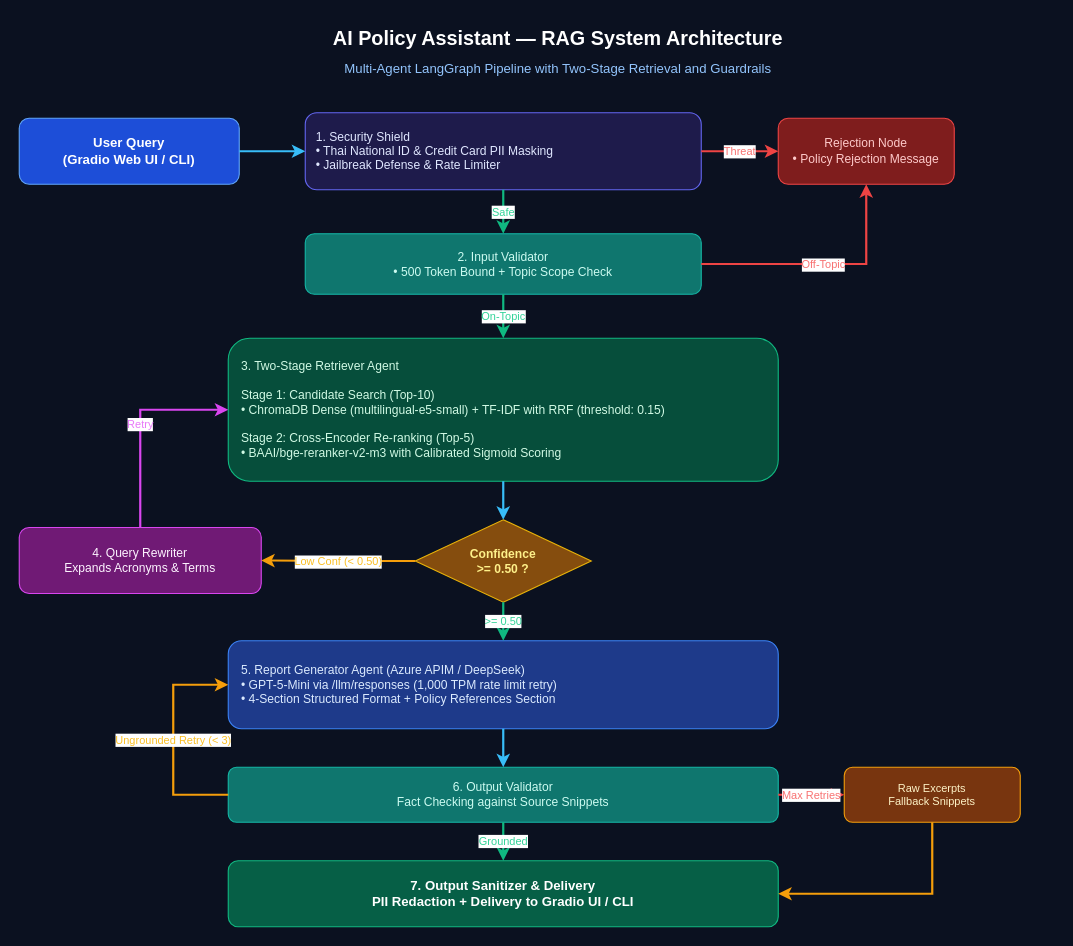
Above: architecture_flowchart.drawio in Name-RT/AI_engineer_Test_BBL (draw.io), before the change. Source tidied: cells renumbered, new cells numbered last; positions are measured from the earlier drawing's top-left corner, leaving out a move shared by most shapes. Both pictures are drawn from the tidied source at 110%, with x=0, y=0 at pixel (19, 19).
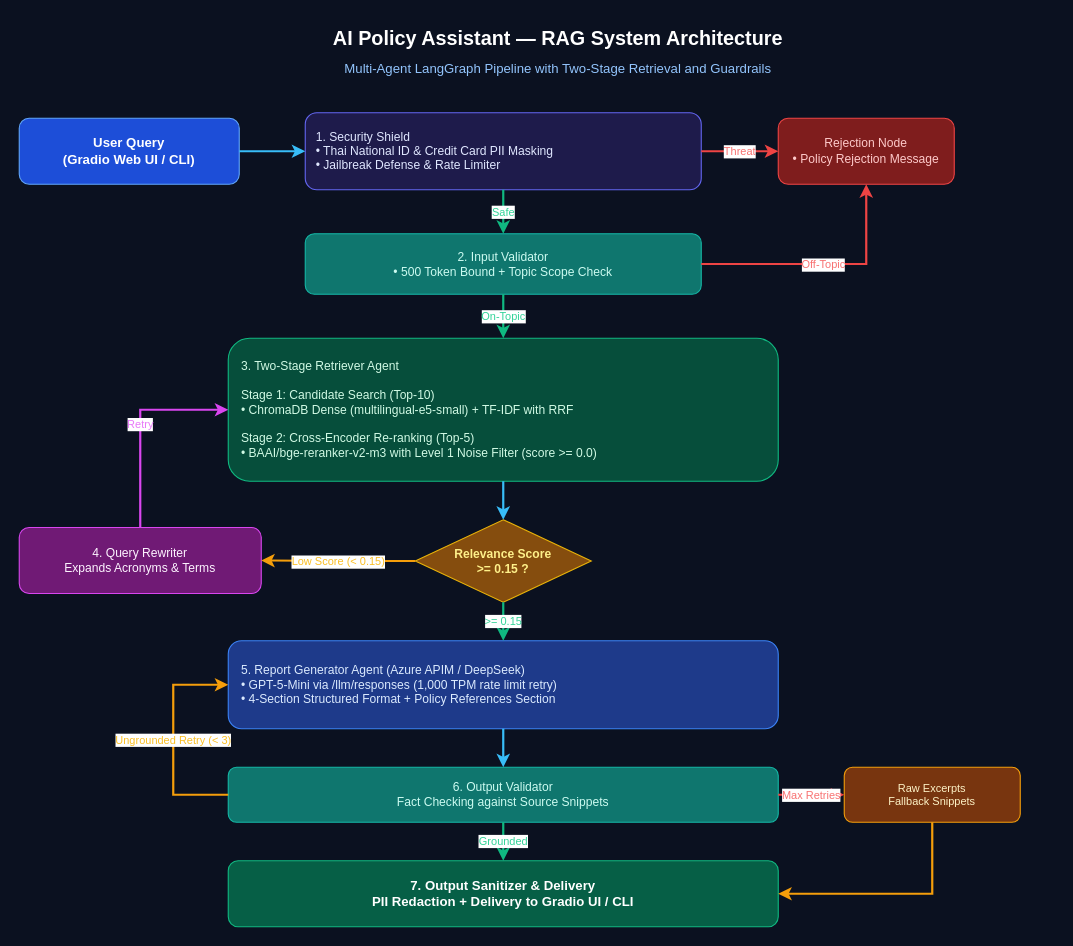
The same page after the edit.

Commit message (it also covers changes not shown here):
docs: update flowchart SVG, Draw.io diagram, and README with 0.15 threshold and Mermaid diagram

The change refers to these unchanged cells:
```xml
<mxCell id="10" value="4. Query Rewriter&#10;Expands Acronyms &amp; Terms" style="rounded=1;whiteSpace=wrap;html=1;fillColor=#701A75;strokeColor=#D946EF;fontColor=#FDF4FF;fontSize=11;" parent="1" vertex="1">
  <mxGeometry y="462" width="220" height="60" as="geometry" />
</mxCell>
<mxCell id="11" value="5. Report Generator Agent (Azure APIM / DeepSeek)&#10;• GPT-5-Mini via /llm/responses (1,000 TPM rate limit retry)&#10;• 4-Section Structured Format + Policy References Section" style="rounded=1;whiteSpace=wrap;html=1;fillColor=#1E3A8A;strokeColor=#3B82F6;fontColor=#DBEAFE;fontSize=11;align=left;spacingLeft=10;" parent="1" vertex="1">
  <mxGeometry x="190" y="565" width="500" height="80" as="geometry" />
</mxCell>
```

The edit, as a diff of the source:
```diff
@@
-    <mxCell id="8" value="3. Two-Stage Retriever Agent&#10;&#10;Stage 1: Candidate Search (Top-10)&#10;   • ChromaDB Dense (multilingual-e5-small) + TF-IDF with RRF (threshold: 0.15)&#10;&#10;Stage 2: Cross-Encoder Re-ranking (Top-5)&#10;   • BAAI/bge-reranker-v2-m3 with Calibrated Sigmoid Scoring" style="rounded=1;whiteSpace=wrap;html=1;fillColor=#064E3B;strokeColor=#10B981;fontColor=#D1FAE5;fontSize=11;align=left;spacingLeft=10;" parent="1" vertex="1">
+    <mxCell id="8" value="3. Two-Stage Retriever Agent&#10;&#10;Stage 1: Candidate Search (Top-10)&#10;   • ChromaDB Dense (multilingual-e5-small) + TF-IDF with RRF&#10;&#10;Stage 2: Cross-Encoder Re-ranking (Top-5)&#10;   • BAAI/bge-reranker-v2-m3 with Level 1 Noise Filter (score &gt;= 0.0)" style="rounded=1;whiteSpace=wrap;html=1;fillColor=#064E3B;strokeColor=#10B981;fontColor=#D1FAE5;fontSize=11;align=left;spacingLeft=10;" parent="1" vertex="1">
       <mxGeometry x="190" y="290" width="500" height="130" as="geometry" />
     </mxCell>
-    <mxCell id="9" value="Confidence&#10;&gt;= 0.50 ?" style="rhombus;whiteSpace=wrap;html=1;fillColor=#854D0E;strokeColor=#EAB308;fontColor=#FEF08A;fontSize=11;fontStyle=1;" parent="1" vertex="1">
+    <mxCell id="9" value="Relevance Score&#10;&gt;= 0.15 ?" style="rhombus;whiteSpace=wrap;html=1;fillColor=#854D0E;strokeColor=#EAB308;fontColor=#FEF08A;fontSize=11;fontStyle=1;" parent="1" vertex="1">
       <mxGeometry x="360" y="455" width="160" height="75" as="geometry" />
     </mxCell>
@@
-    <mxCell id="21" value="Low Conf (&lt; 0.50)" style="edgeStyle=orthogonalEdgeStyle;rounded=0;jettySize=auto;html=1;strokeColor=#F59E0B;strokeWidth=2;fontColor=#FBBF24;fontSize=10;" parent="1" edge="1" source="9" target="10">
+    <mxCell id="21" value="Low Score (&lt; 0.15)" style="edgeStyle=orthogonalEdgeStyle;rounded=0;jettySize=auto;html=1;strokeColor=#F59E0B;strokeWidth=2;fontColor=#FBBF24;fontSize=10;" parent="1" edge="1" source="9" target="10">
       <mxGeometry relative="1" as="geometry" />
     </mxCell>
@@
-    <mxCell id="23" value="&gt;= 0.50" style="edgeStyle=orthogonalEdgeStyle;rounded=0;jettySize=auto;html=1;strokeColor=#10B981;strokeWidth=2;fontColor=#34D399;fontSize=10;" parent="1" edge="1" source="9" target="11">
+    <mxCell id="23" value="&gt;= 0.15" style="edgeStyle=orthogonalEdgeStyle;rounded=0;jettySize=auto;html=1;strokeColor=#10B981;strokeWidth=2;fontColor=#34D399;fontSize=10;" parent="1" edge="1" source="9" target="11">
       <mxGeometry relative="1" as="geometry" />
     </mxCell>
```
